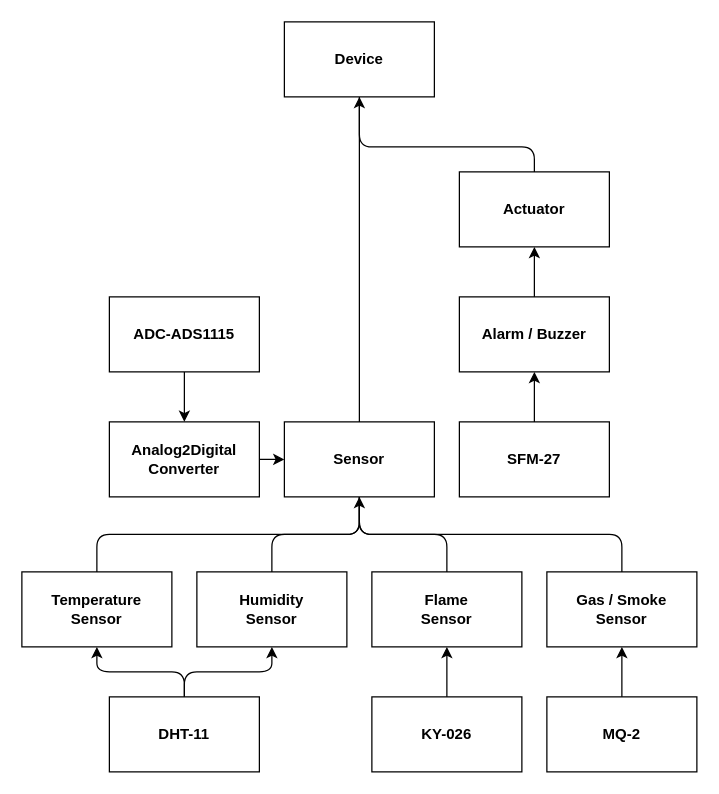
This is page "device-taxonomy" (4 of 6) of assignment_2/doc/Untitled Diagram.drawio from paganellif/ws-project-paganelli-2021, a draw.io file, before an edit. Source tidied: cells renumbered, new cells numbered last; positions are measured from the earlier drawing's top-left corner, leaving out a move shared by most shapes. Both pictures are drawn from the tidied source at 125%, with x=0, y=0 at pixel (21, 21).
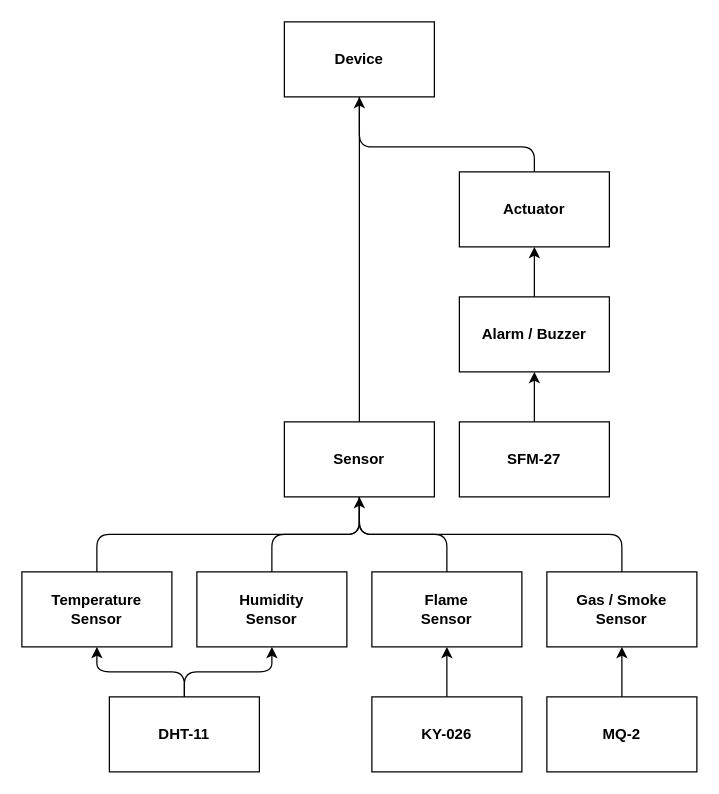
The same page after the edit.

Commit message (it also covers changes not shown here):
added edge device rdf; added sosa:hosts sensors and actuators

The change refers to these unchanged cells:
```xml
<mxCell id="4" value="&lt;b&gt;Sensor&lt;/b&gt;" style="rounded=0;whiteSpace=wrap;html=1;" parent="1" vertex="1">
  <mxGeometry x="210" y="320" width="120" height="60" as="geometry" />
</mxCell>
```

What changed in the source:
```diff
@@
-    <mxCell id="7" value="&lt;b&gt;Analog2Digital&lt;br&gt;Converter&lt;br&gt;&lt;/b&gt;" style="rounded=0;whiteSpace=wrap;html=1;" parent="1" vertex="1">
-      <mxGeometry x="70" y="320" width="120" height="60" as="geometry" />
-    </mxCell>
@@
-    <mxCell id="14" style="endArrow=classic;html=1;exitX=1;exitY=0.5;exitDx=0;exitDy=0;entryX=0;entryY=0.5;entryDx=0;entryDy=0;startArrow=none;startFill=0;endFill=1;" parent="1" edge="1" source="7" target="4">
-      <mxGeometry relative="1" as="geometry" />
-    </mxCell>
@@
-    <mxCell id="28" style="edgeStyle=orthogonalEdgeStyle;rounded=1;jettySize=auto;html=1;startArrow=none;startFill=0;endArrow=classic;endFill=1;" parent="1" edge="1" source="29" target="7">
-      <mxGeometry relative="1" as="geometry" />
-    </mxCell>
-    <mxCell id="29" value="&lt;b&gt;ADC-ADS1115&lt;/b&gt;" style="rounded=0;whiteSpace=wrap;html=1;" parent="1" vertex="1">
-      <mxGeometry x="70" y="220" width="120" height="60" as="geometry" />
-    </mxCell>
```
